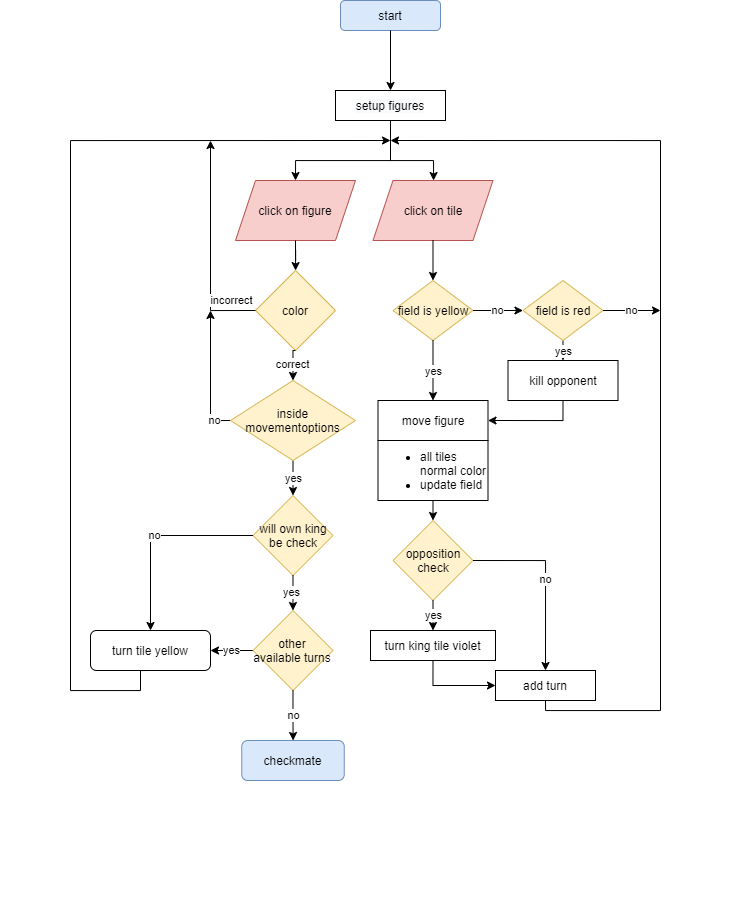
BollingerJerome/Chess keeps this draw.io diagram as src/main/Documentation/gameflow.png. Above is the earlier version. Source tidied: cells renumbered, new cells last; positions are measured from the earlier drawing's top-left corner, leaving out a move shared by most shapes.
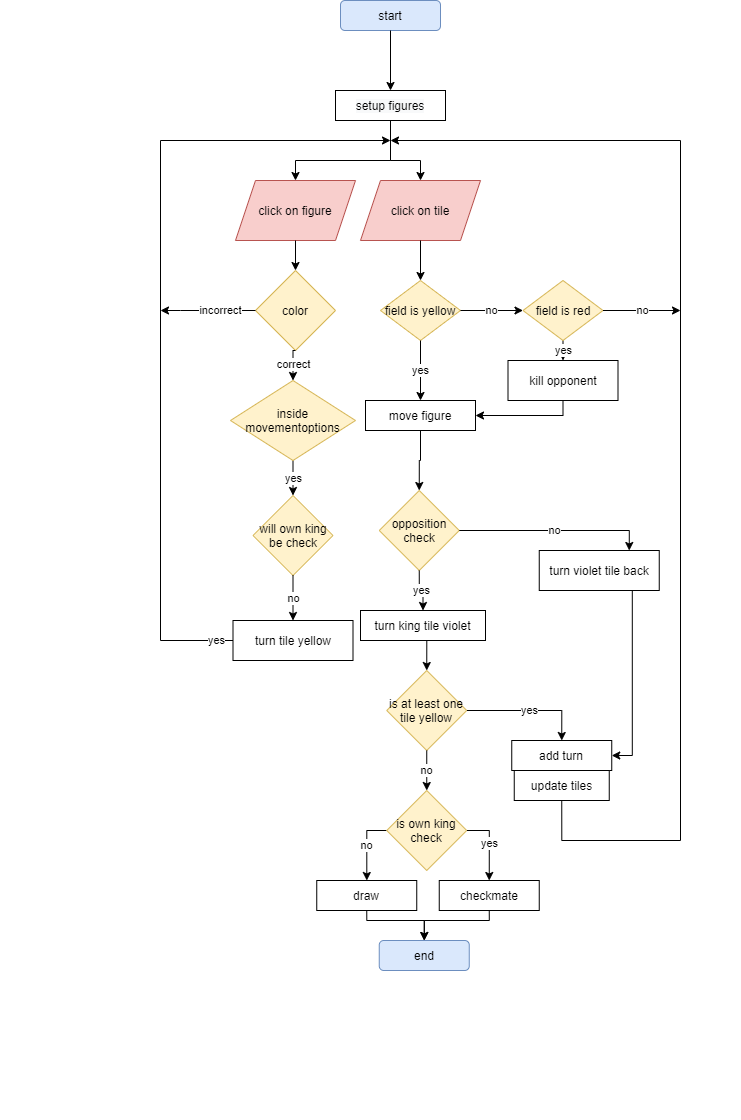
The same diagram one commit later.

The edit, as a diff of the source:
```diff
@@ -3,7 +3,7 @@
     <mxCell id="0" />
     <mxCell id="1" parent="0" />
     <mxCell id="2" style="group;" parent="1" vertex="1">
-      <mxGeometry width="740" height="910" as="geometry" />
+      <mxGeometry width="740" height="1119" as="geometry" />
     </mxCell>
     <mxCell id="3" value="start" style="rounded=1;whiteSpace=wrap;html=1;fillColor=#dae8fc;strokeColor=#6c8ebf;" parent="2" vertex="1">
       <mxGeometry x="340" width="100" height="30" as="geometry" />
@@ -14,24 +14,12 @@
     <mxCell id="5" value="will own king be check" style="rhombus;whiteSpace=wrap;html=1;fillColor=#fff2cc;strokeColor=#d6b656;" parent="4" vertex="1">
       <mxGeometry x="22.5" y="175" width="80" height="80" as="geometry" />
     </mxCell>
-    <mxCell id="6" value="&lt;br&gt;" style="edgeStyle=orthogonalEdgeStyle;rounded=0;jettySize=auto;html=1;exitX=0.5;exitY=1;exitDx=0;exitDy=0;" parent="2" edge="1" source="24">
-      <mxGeometry x="-0.95" relative="1" as="geometry">
-        <mxPoint x="390" y="140" as="targetPoint" />
-        <Array as="points">
-          <mxPoint x="545" y="710" />
-          <mxPoint x="660" y="710" />
-          <mxPoint x="660" y="140" />
-        </Array>
-      </mxGeometry>
-    </mxCell>
-    <mxCell id="7" style="edgeStyle=orthogonalEdgeStyle;rounded=0;jettySize=auto;html=1;exitX=0.5;exitY=1;exitDx=0;exitDy=0;" parent="2" edge="1" source="40">
-      <mxGeometry relative="1" as="geometry">
+    <mxCell id="7" value="yes" style="edgeStyle=orthogonalEdgeStyle;rounded=0;jettySize=auto;html=1;exitX=0;exitY=0.5;exitDx=0;exitDy=0;" parent="2" edge="1" source="40">
+      <mxGeometry x="-0.96" relative="1" as="geometry">
         <mxPoint x="390" y="140" as="targetPoint" />
         <Array as="points">
-          <mxPoint x="140" y="670" />
-          <mxPoint x="140" y="690" />
-          <mxPoint x="70" y="690" />
-          <mxPoint x="70" y="140" />
+          <mxPoint x="160" y="640" />
+          <mxPoint x="160" y="140" />
         </Array>
       </mxGeometry>
     </mxCell>
@@ -45,16 +33,16 @@
       <mxGeometry relative="1" as="geometry" />
     </mxCell>
     <mxCell id="11" value="click on tile" style="shape=parallelogram;perimeter=parallelogramPerimeter;whiteSpace=wrap;html=1;fixedSize=1;fillColor=#f8cecc;strokeColor=#b85450;" parent="2" vertex="1">
-      <mxGeometry x="372.5" y="180" width="120" height="60" as="geometry" />
+      <mxGeometry x="360" y="180" width="120" height="60" as="geometry" />
     </mxCell>
     <mxCell id="12" style="group;" parent="2" vertex="1">
-      <mxGeometry x="405" y="280" width="300" height="540" as="geometry" />
+      <mxGeometry x="405" y="280" width="300" height="839" as="geometry" />
     </mxCell>
     <mxCell id="13" value="field is yellow" style="rhombus;whiteSpace=wrap;html=1;fillColor=#fff2cc;strokeColor=#d6b656;" parent="12" vertex="1">
-      <mxGeometry x="-12.5" width="80" height="60" as="geometry" />
+      <mxGeometry x="-25" width="80" height="60" as="geometry" />
     </mxCell>
     <mxCell id="14" value="move figure" style="rounded=0;whiteSpace=wrap;html=1;" parent="12" vertex="1">
-      <mxGeometry x="-27.5" y="120" width="110" height="40" as="geometry" />
+      <mxGeometry x="-40" y="120" width="110" height="30" as="geometry" />
     </mxCell>
     <mxCell id="15" value="yes" style="edgeStyle=orthogonalEdgeStyle;rounded=0;jettySize=auto;html=1;exitX=0.5;exitY=1;exitDx=0;exitDy=0;entryX=0.5;entryY=0;entryDx=0;entryDy=0;" parent="12" edge="1" source="13" target="14">
       <mxGeometry relative="1" as="geometry" />
@@ -69,35 +57,88 @@
       <mxGeometry relative="1" as="geometry" />
     </mxCell>
     <mxCell id="19" style="edgeStyle=orthogonalEdgeStyle;rounded=0;jettySize=auto;html=1;exitX=0.5;exitY=1;exitDx=0;exitDy=0;entryX=1;entryY=0.5;entryDx=0;entryDy=0;" parent="12" edge="1" source="20" target="14">
-      <mxGeometry relative="1" as="geometry" />
+      <mxGeometry relative="1" as="geometry">
+        <Array as="points">
+          <mxPoint x="158" y="135" />
+        </Array>
+      </mxGeometry>
     </mxCell>
     <mxCell id="20" value="kill opponent" style="rounded=0;whiteSpace=wrap;html=1;" parent="12" vertex="1">
       <mxGeometry x="102.5" y="80" width="110" height="40" as="geometry" />
     </mxCell>
+    <mxCell id="28" style="edgeStyle=orthogonalEdgeStyle;rounded=0;jettySize=auto;html=1;exitX=0.5;exitY=1;exitDx=0;exitDy=0;entryX=0.5;entryY=0;entryDx=0;entryDy=0;" parent="12" edge="1" source="14" target="21">
+      <mxGeometry relative="1" as="geometry" />
+    </mxCell>
     <mxCell id="21" value="opposition check" style="rhombus;whiteSpace=wrap;html=1;fillColor=#fff2cc;strokeColor=#d6b656;" parent="12" vertex="1">
-      <mxGeometry x="-12.5" y="240" width="80" height="80" as="geometry" />
+      <mxGeometry x="-26.2" y="210" width="80" height="80" as="geometry" />
     </mxCell>
-    <mxCell id="22" value="&lt;span&gt;turn king tile violet&lt;/span&gt;" style="rounded=0;whiteSpace=wrap;html=1;align=center;" parent="12" vertex="1">
-      <mxGeometry x="-35" y="350" width="125" height="30" as="geometry" />
-    </mxCell>
-    <mxCell id="23" value="yes" style="edgeStyle=orthogonalEdgeStyle;rounded=0;jettySize=auto;html=1;exitX=0.5;exitY=1;exitDx=0;exitDy=0;entryX=0.5;entryY=0;entryDx=0;entryDy=0;" parent="12" edge="1" source="21" target="22">
-      <mxGeometry relative="1" as="geometry" />
-    </mxCell>
     <mxCell id="24" value="add turn" style="rounded=0;whiteSpace=wrap;html=1;" parent="12" vertex="1">
-      <mxGeometry x="90" y="390" width="100" height="30" as="geometry" />
+      <mxGeometry x="106.2" y="460" width="100" height="30" as="geometry" />
     </mxCell>
-    <mxCell id="25" value="no" style="edgeStyle=orthogonalEdgeStyle;rounded=0;jettySize=auto;html=1;exitX=1;exitY=0.5;exitDx=0;exitDy=0;entryX=0.5;entryY=0;entryDx=0;entryDy=0;" parent="12" edge="1" source="21" target="24">
-      <mxGeometry relative="1" as="geometry" />
+    <mxCell id="25" value="no" style="edgeStyle=orthogonalEdgeStyle;rounded=0;jettySize=auto;html=1;exitX=1;exitY=0.5;exitDx=0;exitDy=0;entryX=0.75;entryY=0;entryDx=0;entryDy=0;" parent="12" edge="1" source="21" target="50">
+      <mxGeometry relative="1" as="geometry">
+        <Array as="points">
+          <mxPoint x="223.8" y="250" />
+        </Array>
+      </mxGeometry>
     </mxCell>
-    <mxCell id="26" style="edgeStyle=orthogonalEdgeStyle;rounded=0;jettySize=auto;html=1;exitX=0.5;exitY=1;exitDx=0;exitDy=0;entryX=0;entryY=0.5;entryDx=0;entryDy=0;" parent="12" edge="1" source="22" target="24">
-      <mxGeometry relative="1" as="geometry" />
-    </mxCell>
-    <mxCell id="27" value="&lt;ul&gt;&lt;li&gt;all tiles normal color&lt;/li&gt;&lt;li&gt;update field&lt;/li&gt;&lt;/ul&gt;" style="rounded=0;whiteSpace=wrap;html=1;align=left;" parent="12" vertex="1">
-      <mxGeometry x="-27.5" y="160" width="110" height="60" as="geometry" />
-    </mxCell>
-    <mxCell id="28" style="edgeStyle=orthogonalEdgeStyle;rounded=0;jettySize=auto;html=1;exitX=0.5;exitY=1;exitDx=0;exitDy=0;entryX=0.5;entryY=0;entryDx=0;entryDy=0;" parent="12" edge="1" source="27" target="21">
-      <mxGeometry relative="1" as="geometry" />
-    </mxCell>
+    <mxCell id="48" value="update tiles" style="rounded=0;whiteSpace=wrap;html=1;" parent="12" vertex="1">
+      <mxGeometry x="108.8" y="490" width="95" height="30" as="geometry" />
+    </mxCell>
+    <mxCell id="49" style="edgeStyle=orthogonalEdgeStyle;rounded=0;jettySize=auto;html=1;exitX=0.75;exitY=1;exitDx=0;exitDy=0;entryX=1;entryY=0.5;entryDx=0;entryDy=0;" parent="12" edge="1" source="50" target="24">
+      <mxGeometry relative="1" as="geometry">
+        <Array as="points">
+          <mxPoint x="226.8" y="310" />
+          <mxPoint x="226.8" y="475" />
+        </Array>
+      </mxGeometry>
+    </mxCell>
+    <mxCell id="50" value="turn violet tile back" style="rounded=0;whiteSpace=wrap;html=1;align=center;" parent="12" vertex="1">
+      <mxGeometry x="133.8" y="270" width="120" height="40" as="geometry" />
+    </mxCell>
+    <mxCell id="51" value="yes" style="edgeStyle=orthogonalEdgeStyle;rounded=0;jettySize=auto;html=1;exitX=1;exitY=0.5;exitDx=0;exitDy=0;entryX=0.5;entryY=0;entryDx=0;entryDy=0;" parent="12" edge="1" source="52" target="24">
+      <mxGeometry relative="1" as="geometry" />
+    </mxCell>
+    <mxCell id="52" value="is at least one tile yellow" style="rhombus;whiteSpace=wrap;html=1;strokeColor=#d6b656;fillColor=#fff2cc;" parent="12" vertex="1">
+      <mxGeometry x="-18.8" y="390" width="80" height="80" as="geometry" />
+    </mxCell>
+    <mxCell id="53" value="draw" style="rounded=0;whiteSpace=wrap;html=1;" parent="12" vertex="1">
+      <mxGeometry x="-88.8" y="600" width="100" height="30" as="geometry" />
+    </mxCell>
+    <mxCell id="54" style="edgeStyle=orthogonalEdgeStyle;rounded=0;jettySize=auto;html=1;exitX=0.5;exitY=1;exitDx=0;exitDy=0;entryX=0.5;entryY=0;entryDx=0;entryDy=0;" parent="12" edge="1" source="53" target="56">
+      <mxGeometry relative="1" as="geometry">
+        <Array as="points">
+          <mxPoint x="-38.2" y="640" />
+          <mxPoint x="18.8" y="640" />
+        </Array>
+      </mxGeometry>
+    </mxCell>
+    <mxCell id="44" value="checkmate" style="rounded=0;whiteSpace=wrap;html=1;" parent="12" vertex="1">
+      <mxGeometry x="33.8" y="600" width="100" height="30" as="geometry" />
+    </mxCell>
+    <mxCell id="55" style="edgeStyle=orthogonalEdgeStyle;rounded=0;jettySize=auto;html=1;exitX=0.5;exitY=1;exitDx=0;exitDy=0;entryX=0.5;entryY=0;entryDx=0;entryDy=0;" parent="12" edge="1" source="44" target="56">
+      <mxGeometry relative="1" as="geometry">
+        <Array as="points">
+          <mxPoint x="83.8" y="640" />
+          <mxPoint x="18.8" y="640" />
+        </Array>
+      </mxGeometry>
+    </mxCell>
+    <mxCell id="56" value="end" style="rounded=1;whiteSpace=wrap;html=1;fillColor=#dae8fc;strokeColor=#6c8ebf;" parent="12" vertex="1">
+      <mxGeometry x="-26.2" y="660" width="90" height="30" as="geometry" />
+    </mxCell>
+    <mxCell id="57" value="yes" style="edgeStyle=orthogonalEdgeStyle;rounded=0;jettySize=auto;html=1;exitX=1;exitY=0.5;exitDx=0;exitDy=0;entryX=0.5;entryY=0;entryDx=0;entryDy=0;" parent="12" edge="1" source="58" target="44">
+      <mxGeometry relative="1" as="geometry" />
+    </mxCell>
+    <mxCell id="35" value="no" style="edgeStyle=orthogonalEdgeStyle;rounded=0;jettySize=auto;html=1;exitX=0;exitY=0.5;exitDx=0;exitDy=0;" parent="12" edge="1" source="58" target="53">
+      <mxGeometry relative="1" as="geometry" />
+    </mxCell>
+    <mxCell id="58" value="is own king check" style="rhombus;whiteSpace=wrap;html=1;strokeColor=#d6b656;fillColor=#fff2cc;" parent="12" vertex="1">
+      <mxGeometry x="-18.8" y="510" width="80" height="80" as="geometry" />
+    </mxCell>
+    <mxCell id="45" value="no" style="edgeStyle=orthogonalEdgeStyle;rounded=0;jettySize=auto;html=1;exitX=0.5;exitY=1;exitDx=0;exitDy=0;" parent="12" edge="1" source="52" target="58">
+      <mxGeometry relative="1" as="geometry" />
+    </mxCell>
     <mxCell id="29" style="edgeStyle=orthogonalEdgeStyle;rounded=0;jettySize=auto;html=1;exitX=0.5;exitY=1;exitDx=0;exitDy=0;entryX=0.5;entryY=0;entryDx=0;entryDy=0;" parent="2" edge="1" source="11" target="13">
       <mxGeometry relative="1" as="geometry" />
     </mxCell>
@@ -119,63 +160,57 @@
       <mxGeometry relative="1" as="geometry">
         <Array as="points">
           <mxPoint x="390" y="160" />
-          <mxPoint x="433" y="160" />
-          <mxPoint x="433" y="180" />
+          <mxPoint x="420" y="160" />
         </Array>
       </mxGeometry>
     </mxCell>
     <mxCell id="34" value="yes" style="edgeStyle=orthogonalEdgeStyle;rounded=0;jettySize=auto;html=1;exitX=0.5;exitY=1;exitDx=0;exitDy=0;entryX=0.5;entryY=0;entryDx=0;entryDy=0;" parent="2" edge="1" source="36" target="5">
       <mxGeometry relative="1" as="geometry" />
     </mxCell>
-    <mxCell id="35" value="no" style="edgeStyle=orthogonalEdgeStyle;rounded=0;jettySize=auto;html=1;exitX=0;exitY=0.5;exitDx=0;exitDy=0;" parent="2" edge="1" source="36">
-      <mxGeometry x="-0.75" relative="1" as="geometry">
-        <mxPoint x="210" y="310" as="targetPoint" />
-      </mxGeometry>
-    </mxCell>
     <mxCell id="36" value="inside movementoptions&lt;br&gt;" style="rhombus;whiteSpace=wrap;html=1;fillColor=#fff2cc;strokeColor=#d6b656;" parent="2" vertex="1">
       <mxGeometry x="230" y="380" width="125" height="80" as="geometry" />
     </mxCell>
-    <mxCell id="37" value="no" style="edgeStyle=orthogonalEdgeStyle;rounded=0;jettySize=auto;html=1;exitX=0;exitY=0.5;exitDx=0;exitDy=0;entryX=0.5;entryY=0;entryDx=0;entryDy=0;" parent="2" edge="1" source="5" target="40">
+    <mxCell id="37" value="no" style="edgeStyle=orthogonalEdgeStyle;rounded=0;jettySize=auto;html=1;exitX=0.5;exitY=1;exitDx=0;exitDy=0;entryX=0.5;entryY=0;entryDx=0;entryDy=0;" parent="2" edge="1" source="5" target="40">
       <mxGeometry relative="1" as="geometry" />
     </mxCell>
-    <mxCell id="38" style="edgeStyle=orthogonalEdgeStyle;rounded=0;jettySize=auto;html=1;exitX=0.5;exitY=1;exitDx=0;exitDy=0;" parent="2" edge="1" source="5" target="42">
-      <mxGeometry relative="1" as="geometry" />
-    </mxCell>
-    <mxCell id="39" value="yes" style="edgeLabel;html=1;align=center;verticalAlign=middle;" parent="38" vertex="1">
-      <mxGeometry x="-0.26" y="-2" relative="1" as="geometry" />
-    </mxCell>
+    <mxCell id="43" value="correct" style="edgeStyle=orthogonalEdgeStyle;rounded=0;jettySize=auto;html=1;exitX=0.5;exitY=1;exitDx=0;exitDy=0;entryX=0.5;entryY=0;entryDx=0;entryDy=0;" parent="2" edge="1" source="9" target="36">
+      <mxGeometry relative="1" as="geometry" />
+    </mxCell>
-    <mxCell id="40" value="turn tile yellow" style="rounded=1;whiteSpace=wrap;html=1;" parent="2" vertex="1">
-      <mxGeometry x="90" y="630" width="120" height="40" as="geometry" />
+    <mxCell id="40" value="turn tile yellow" style="rounded=0;whiteSpace=wrap;html=1;align=center;" parent="2" vertex="1">
+      <mxGeometry x="232.5" y="620" width="120" height="40" as="geometry" />
     </mxCell>
-    <mxCell id="41" value="yes" style="edgeStyle=orthogonalEdgeStyle;rounded=0;jettySize=auto;html=1;exitX=0;exitY=0.5;exitDx=0;exitDy=0;" parent="2" edge="1" source="42" target="40">
-      <mxGeometry relative="1" as="geometry" />
-    </mxCell>
-    <mxCell id="42" value="other available turns" style="rhombus;whiteSpace=wrap;html=1;fillColor=#fff2cc;strokeColor=#d6b656;" parent="2" vertex="1">
-      <mxGeometry x="252.5" y="610" width="80" height="80" as="geometry" />
-    </mxCell>
-    <mxCell id="43" value="correct" style="edgeStyle=orthogonalEdgeStyle;rounded=0;jettySize=auto;html=1;exitX=0.5;exitY=1;exitDx=0;exitDy=0;entryX=0.5;entryY=0;entryDx=0;entryDy=0;" parent="2" edge="1" source="9" target="36">
-      <mxGeometry relative="1" as="geometry" />
-    </mxCell>
-    <mxCell id="44" value="checkmate" style="rounded=1;whiteSpace=wrap;html=1;fillColor=#dae8fc;strokeColor=#6c8ebf;" parent="2" vertex="1">
-      <mxGeometry x="241.2" y="740" width="102.5" height="40" as="geometry" />
-    </mxCell>
-    <mxCell id="45" value="no" style="edgeStyle=orthogonalEdgeStyle;rounded=0;jettySize=auto;html=1;exitX=0.5;exitY=1;exitDx=0;exitDy=0;" parent="2" edge="1" source="42" target="44">
-      <mxGeometry relative="1" as="geometry" />
-    </mxCell>
+    <mxCell id="59" style="edgeStyle=orthogonalEdgeStyle;rounded=0;jettySize=auto;html=1;exitX=0.5;exitY=1;exitDx=0;exitDy=0;entryX=0.5;entryY=0;entryDx=0;entryDy=0;" parent="2" edge="1" source="22" target="52">
+      <mxGeometry relative="1" as="geometry" />
+    </mxCell>
+    <mxCell id="22" value="&lt;span&gt;turn king tile violet&lt;/span&gt;" style="rounded=0;whiteSpace=wrap;html=1;align=center;" parent="2" vertex="1">
+      <mxGeometry x="360" y="610" width="125" height="30" as="geometry" />
+    </mxCell>
+    <mxCell id="23" value="yes" style="edgeStyle=orthogonalEdgeStyle;rounded=0;jettySize=auto;html=1;exitX=0.5;exitY=1;exitDx=0;exitDy=0;entryX=0.5;entryY=0;entryDx=0;entryDy=0;" parent="2" edge="1" source="21" target="22">
+      <mxGeometry relative="1" as="geometry" />
+    </mxCell>
     <mxCell id="46" value="no" style="edgeStyle=orthogonalEdgeStyle;rounded=0;jettySize=auto;html=1;exitX=1;exitY=0.5;exitDx=0;exitDy=0;" parent="1" edge="1" source="17">
       <mxGeometry relative="1" as="geometry">
-        <mxPoint x="660" y="310" as="targetPoint" />
+        <mxPoint x="680" y="310" as="targetPoint" />
       </mxGeometry>
     </mxCell>
     <mxCell id="47" value="incorrect" style="edgeStyle=orthogonalEdgeStyle;rounded=0;jettySize=auto;html=1;exitX=0;exitY=0.5;exitDx=0;exitDy=0;" parent="1" edge="1" source="9">
-      <mxGeometry x="-0.77" y="-10" relative="1" as="geometry">
-        <mxPoint x="210" y="140" as="targetPoint" />
+      <mxGeometry x="-0.26" relative="1" as="geometry">
+        <mxPoint x="160" y="310" as="targetPoint" />
         <Array as="points">
-          <mxPoint x="210" y="310" />
-          <mxPoint x="210" y="140" />
+          <mxPoint x="180" y="310" />
+          <mxPoint x="180" y="310" />
         </Array>
-        <mxPoint x="1" as="offset" />
       </mxGeometry>
     </mxCell>
+    <mxCell id="60" style="edgeStyle=orthogonalEdgeStyle;rounded=0;jettySize=auto;html=1;exitX=0.5;exitY=1;exitDx=0;exitDy=0;" parent="1" edge="1" source="48">
+      <mxGeometry relative="1" as="geometry">
+        <mxPoint x="390" y="140" as="targetPoint" />
+        <Array as="points">
+          <mxPoint x="561" y="840" />
+          <mxPoint x="680" y="840" />
+          <mxPoint x="680" y="140" />
+        </Array>
+      </mxGeometry>
+    </mxCell>
   </root>
 </mxGraphModel>
```
